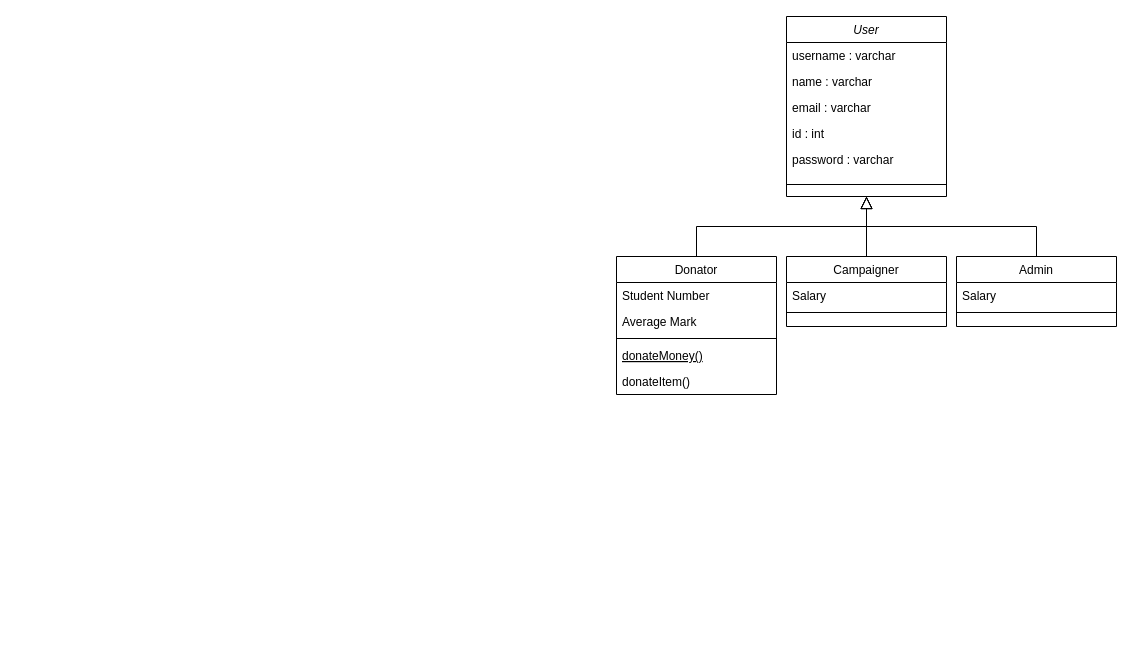
Above: Untitled Diagram.drawio in andrawicaksonoipb/Basis-Data (draw.io), before the change. Source tidied: cells renumbered, new cells numbered last; positions are measured from the earlier drawing's top-left corner, leaving out a move shared by most shapes. Both pictures are drawn from the tidied source at 100%, with x=0, y=0 at pixel (616, 16).
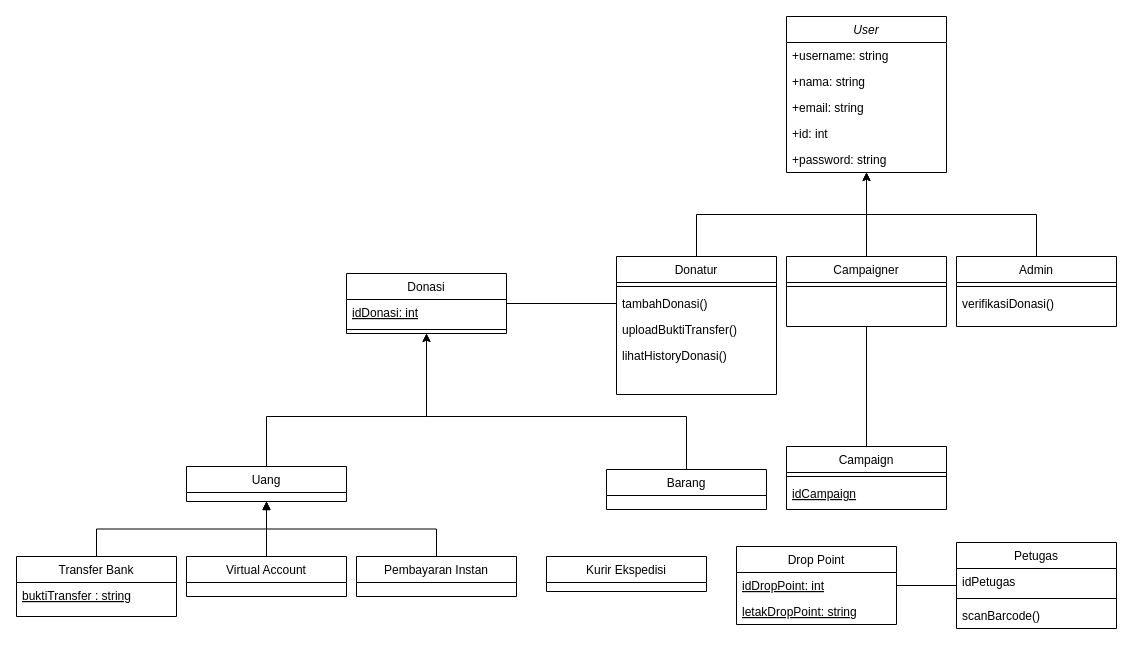
The same diagram, later.

The change refers to these unchanged cells:
```xml
<mxCell id="16" value="Campaigner" style="swimlane;fontStyle=0;align=center;verticalAlign=top;horizontal=1;startSize=26;rounded=0;shadow=0;strokeWidth=1;" parent="1" vertex="1">
  <mxGeometry x="170" y="240" width="160" height="70" as="geometry" />
</mxCell>
<mxCell id="20" value="Admin" style="swimlane;fontStyle=0;align=center;verticalAlign=top;horizontal=1;startSize=26;rounded=0;shadow=0;strokeWidth=1;" parent="1" vertex="1">
  <mxGeometry x="340" y="240" width="160" height="70" as="geometry" />
</mxCell>
```

Change to the diagram source:
```diff
@@
     <mxCell id="2" value="User" style="swimlane;fontStyle=2;align=center;verticalAlign=top;horizontal=1;startSize=26;rounded=0;shadow=0;strokeWidth=1;" parent="1" vertex="1">
-      <mxGeometry x="170" width="160" height="180" as="geometry" />
+      <mxGeometry x="170" width="160" height="156" as="geometry" />
     </mxCell>
-    <mxCell id="3" value="username : varchar" style="text;align=left;verticalAlign=top;spacingLeft=4;spacingRight=4;overflow=hidden;" parent="2" vertex="1">
+    <mxCell id="3" value="+username: string" style="text;align=left;verticalAlign=top;spacingLeft=4;spacingRight=4;overflow=hidden;" parent="2" vertex="1">
       <mxGeometry y="26" width="160" height="26" as="geometry" />
     </mxCell>
-    <mxCell id="4" value="name : varchar" style="text;align=left;verticalAlign=top;spacingLeft=4;spacingRight=4;overflow=hidden;rounded=0;shadow=0;html=0;" parent="2" vertex="1">
+    <mxCell id="4" value="+nama: string" style="text;align=left;verticalAlign=top;spacingLeft=4;spacingRight=4;overflow=hidden;rounded=0;shadow=0;html=0;" parent="2" vertex="1">
       <mxGeometry y="52" width="160" height="26" as="geometry" />
     </mxCell>
-    <mxCell id="5" value="email : varchar" style="text;align=left;verticalAlign=top;spacingLeft=4;spacingRight=4;overflow=hidden;rounded=0;shadow=0;html=0;" parent="2" vertex="1">
+    <mxCell id="5" value="+email: string" style="text;align=left;verticalAlign=top;spacingLeft=4;spacingRight=4;overflow=hidden;rounded=0;shadow=0;html=0;" parent="2" vertex="1">
       <mxGeometry y="78" width="160" height="26" as="geometry" />
     </mxCell>
-    <mxCell id="6" value="id : int" style="text;align=left;verticalAlign=top;spacingLeft=4;spacingRight=4;overflow=hidden;rounded=0;shadow=0;html=0;" parent="2" vertex="1">
+    <mxCell id="6" value="+id: int" style="text;align=left;verticalAlign=top;spacingLeft=4;spacingRight=4;overflow=hidden;rounded=0;shadow=0;html=0;" parent="2" vertex="1">
       <mxGeometry y="104" width="160" height="26" as="geometry" />
     </mxCell>
-    <mxCell id="7" value="password : varchar" style="text;align=left;verticalAlign=top;spacingLeft=4;spacingRight=4;overflow=hidden;rounded=0;shadow=0;html=0;" parent="2" vertex="1">
+    <mxCell id="7" value="+password: string" style="text;align=left;verticalAlign=top;spacingLeft=4;spacingRight=4;overflow=hidden;rounded=0;shadow=0;html=0;" parent="2" vertex="1">
       <mxGeometry y="130" width="160" height="26" as="geometry" />
     </mxCell>
-    <mxCell id="8" style="line;html=1;strokeWidth=1;align=left;verticalAlign=middle;spacingTop=-1;spacingLeft=3;spacingRight=3;labelPosition=right;" parent="2" vertex="1">
-      <mxGeometry y="156" width="160" height="24" as="geometry" />
-    </mxCell>
+    <mxCell id="15" style="edgeStyle=orthogonalEdgeStyle;rounded=0;jettySize=auto;html=1;exitX=0.5;exitY=0;exitDx=0;exitDy=0;" parent="1" edge="1" source="9" target="2">
+      <mxGeometry relative="1" as="geometry" />
+    </mxCell>
-    <mxCell id="9" value="Donator" style="swimlane;fontStyle=0;align=center;verticalAlign=top;horizontal=1;startSize=26;rounded=0;shadow=0;strokeWidth=1;" parent="1" vertex="1">
+    <mxCell id="9" value="Donatur" style="swimlane;fontStyle=0;align=center;verticalAlign=top;horizontal=1;startSize=26;rounded=0;shadow=0;strokeWidth=1;" parent="1" vertex="1">
       <mxGeometry y="240" width="160" height="138" as="geometry" />
     </mxCell>
-    <mxCell id="10" value="Student Number" style="text;align=left;verticalAlign=top;spacingLeft=4;spacingRight=4;overflow=hidden;" parent="9" vertex="1">
-      <mxGeometry y="26" width="160" height="26" as="geometry" />
-    </mxCell>
-    <mxCell id="11" value="Average Mark" style="text;align=left;verticalAlign=top;spacingLeft=4;spacingRight=4;overflow=hidden;rounded=0;shadow=0;html=0;" parent="9" vertex="1">
-      <mxGeometry y="52" width="160" height="26" as="geometry" />
-    </mxCell>
     <mxCell id="12" style="line;html=1;strokeWidth=1;align=left;verticalAlign=middle;spacingTop=-1;spacingLeft=3;spacingRight=3;labelPosition=right;" parent="9" vertex="1">
-      <mxGeometry y="78" width="160" height="8" as="geometry" />
+      <mxGeometry y="26" width="160" height="8" as="geometry" />
     </mxCell>
-    <mxCell id="13" value="donateMoney()" style="text;align=left;verticalAlign=top;spacingLeft=4;spacingRight=4;overflow=hidden;points=[[0,0.5],[1,0.5]];portConstraint=eastwest;fontStyle=4;" parent="9" vertex="1">
-      <mxGeometry y="86" width="160" height="26" as="geometry" />
+    <mxCell id="13" value="tambahDonasi()" style="text;align=left;verticalAlign=top;spacingLeft=4;spacingRight=4;overflow=hidden;points=[[0,0.5],[1,0.5]];portConstraint=eastwest;fontStyle=0;" parent="9" vertex="1">
+      <mxGeometry y="34" width="160" height="26" as="geometry" />
     </mxCell>
-    <mxCell id="14" value="donateItem()" style="text;align=left;verticalAlign=top;spacingLeft=4;spacingRight=4;overflow=hidden;" parent="9" vertex="1">
-      <mxGeometry y="112" width="160" height="26" as="geometry" />
-    </mxCell>
-    <mxCell id="15" style="endArrow=block;endSize=10;endFill=0;shadow=0;strokeWidth=1;rounded=0;edgeStyle=elbowEdgeStyle;elbow=vertical;" parent="1" edge="1" source="9" target="2">
-      <mxGeometry relative="1" as="geometry" />
-    </mxCell>
+    <mxCell id="24" value="uploadBuktiTransfer()" style="text;align=left;verticalAlign=top;spacingLeft=4;spacingRight=4;overflow=hidden;fontStyle=0;" parent="9" vertex="1">
+      <mxGeometry y="60" width="160" height="26" as="geometry" />
+    </mxCell>
+    <mxCell id="25" value="lihatHistoryDonasi()" style="text;align=left;verticalAlign=top;spacingLeft=4;spacingRight=4;overflow=hidden;fontStyle=0;" parent="9" vertex="1">
+      <mxGeometry y="86" width="160" height="26" as="geometry" />
+    </mxCell>
+    <mxCell id="19" style="edgeStyle=orthogonalEdgeStyle;rounded=0;jettySize=auto;html=1;exitX=0.5;exitY=0;exitDx=0;exitDy=0;" parent="1" edge="1" source="16" target="2">
+      <mxGeometry relative="1" as="geometry" />
+    </mxCell>
@@
-    <mxCell id="17" value="Salary" style="text;align=left;verticalAlign=top;spacingLeft=4;spacingRight=4;overflow=hidden;" parent="16" vertex="1">
-      <mxGeometry y="26" width="160" height="26" as="geometry" />
-    </mxCell>
     <mxCell id="18" style="line;html=1;strokeWidth=1;align=left;verticalAlign=middle;spacingTop=-1;spacingLeft=3;spacingRight=3;labelPosition=right;" parent="16" vertex="1">
-      <mxGeometry y="52" width="160" height="8" as="geometry" />
+      <mxGeometry y="26" width="160" height="8" as="geometry" />
     </mxCell>
-    <mxCell id="19" style="endArrow=block;endSize=10;endFill=0;shadow=0;strokeWidth=1;rounded=0;edgeStyle=elbowEdgeStyle;elbow=vertical;" parent="1" edge="1" source="16" target="2">
-      <mxGeometry relative="1" as="geometry" />
-    </mxCell>
+    <mxCell id="26" style="edgeStyle=orthogonalEdgeStyle;rounded=0;jettySize=auto;html=1;exitX=0.5;exitY=0;exitDx=0;exitDy=0;" parent="1" edge="1" source="20" target="2">
+      <mxGeometry relative="1" as="geometry" />
+    </mxCell>
@@
-    <mxCell id="21" value="Salary" style="text;align=left;verticalAlign=top;spacingLeft=4;spacingRight=4;overflow=hidden;" parent="20" vertex="1">
-      <mxGeometry y="26" width="160" height="26" as="geometry" />
-    </mxCell>
     <mxCell id="22" style="line;html=1;strokeWidth=1;align=left;verticalAlign=middle;spacingTop=-1;spacingLeft=3;spacingRight=3;labelPosition=right;" parent="20" vertex="1">
-      <mxGeometry y="52" width="160" height="8" as="geometry" />
+      <mxGeometry y="26" width="160" height="8" as="geometry" />
     </mxCell>
-    <mxCell id="23" style="endArrow=block;endSize=10;endFill=0;shadow=0;strokeWidth=1;rounded=0;edgeStyle=elbowEdgeStyle;elbow=vertical;exitX=0.5;exitY=0;exitDx=0;exitDy=0;" parent="1" edge="1" source="20">
-      <mxGeometry relative="1" as="geometry">
-        <mxPoint x="250" y="180" as="targetPoint" />
-      </mxGeometry>
-    </mxCell>
+    <mxCell id="27" value="verifikasiDonasi()" style="text;align=left;verticalAlign=top;spacingLeft=4;spacingRight=4;overflow=hidden;fontStyle=0;" parent="20" vertex="1">
+      <mxGeometry y="34" width="160" height="26" as="geometry" />
+    </mxCell>
+    <mxCell id="28" value="Donasi" style="swimlane;fontStyle=0;align=center;verticalAlign=top;horizontal=1;startSize=26;rounded=0;shadow=0;strokeWidth=1;" parent="1" vertex="1">
+      <mxGeometry x="-270" y="257" width="160" height="60" as="geometry" />
+    </mxCell>
+    <mxCell id="29" value="idDonasi: int" style="text;align=left;verticalAlign=top;spacingLeft=4;spacingRight=4;overflow=hidden;fontStyle=4;" parent="28" vertex="1">
+      <mxGeometry y="26" width="160" height="26" as="geometry" />
+    </mxCell>
+    <mxCell id="30" style="line;html=1;strokeWidth=1;align=left;verticalAlign=middle;spacingTop=-1;spacingLeft=3;spacingRight=3;labelPosition=right;" parent="28" vertex="1">
+      <mxGeometry y="52" width="160" height="8" as="geometry" />
+    </mxCell>
+    <mxCell id="31" style="edgeStyle=orthogonalEdgeStyle;rounded=0;jettySize=auto;html=1;exitX=0.5;exitY=0;exitDx=0;exitDy=0;entryX=0.5;entryY=1;entryDx=0;entryDy=0;" parent="1" edge="1" source="32" target="28">
+      <mxGeometry relative="1" as="geometry">
+        <Array as="points">
+          <mxPoint x="-350" y="400" />
+          <mxPoint x="-190" y="400" />
+        </Array>
+      </mxGeometry>
+    </mxCell>
+    <mxCell id="32" value="Uang" style="swimlane;fontStyle=0;align=center;verticalAlign=top;horizontal=1;startSize=26;rounded=0;shadow=0;strokeWidth=1;" parent="1" vertex="1">
+      <mxGeometry x="-430" y="450" width="160" height="35" as="geometry" />
+    </mxCell>
+    <mxCell id="33" style="edgeStyle=orthogonalEdgeStyle;rounded=0;jettySize=auto;html=1;exitX=0.5;exitY=0;exitDx=0;exitDy=0;" parent="1" edge="1" source="34" target="28">
+      <mxGeometry relative="1" as="geometry">
+        <Array as="points">
+          <mxPoint x="70" y="400" />
+          <mxPoint x="-190" y="400" />
+        </Array>
+      </mxGeometry>
+    </mxCell>
+    <mxCell id="34" value="Barang" style="swimlane;fontStyle=0;align=center;verticalAlign=top;horizontal=1;startSize=26;rounded=0;shadow=0;strokeWidth=1;" parent="1" vertex="1">
+      <mxGeometry x="-10" y="453" width="160" height="40" as="geometry" />
+    </mxCell>
+    <mxCell id="35" style="edgeStyle=orthogonalEdgeStyle;rounded=0;jettySize=auto;html=1;exitX=0.5;exitY=0;exitDx=0;exitDy=0;entryX=0.5;entryY=1;entryDx=0;entryDy=0;endArrow=block;endFill=1;" parent="1" edge="1" source="36" target="32">
+      <mxGeometry relative="1" as="geometry" />
+    </mxCell>
+    <mxCell id="36" value="Transfer Bank" style="swimlane;fontStyle=0;align=center;verticalAlign=top;horizontal=1;startSize=26;rounded=0;shadow=0;strokeWidth=1;" parent="1" vertex="1">
+      <mxGeometry x="-600" y="540" width="160" height="60" as="geometry" />
+    </mxCell>
+    <mxCell id="37" value="buktiTransfer : string" style="text;align=left;verticalAlign=top;spacingLeft=4;spacingRight=4;overflow=hidden;fontStyle=4;" parent="36" vertex="1">
+      <mxGeometry y="26" width="160" height="26" as="geometry" />
+    </mxCell>
+    <mxCell id="38" style="edgeStyle=orthogonalEdgeStyle;rounded=0;jettySize=auto;html=1;exitX=0.5;exitY=0;exitDx=0;exitDy=0;endArrow=block;endFill=1;entryX=0.5;entryY=1;entryDx=0;entryDy=0;" parent="1" edge="1" source="39" target="32">
+      <mxGeometry relative="1" as="geometry" />
+    </mxCell>
+    <mxCell id="39" value="Virtual Account" style="swimlane;fontStyle=0;align=center;verticalAlign=top;horizontal=1;startSize=26;rounded=0;shadow=0;strokeWidth=1;" parent="1" vertex="1">
+      <mxGeometry x="-430" y="540" width="160" height="40" as="geometry" />
+    </mxCell>
+    <mxCell id="40" style="edgeStyle=orthogonalEdgeStyle;rounded=0;jettySize=auto;html=1;exitX=0.5;exitY=0;exitDx=0;exitDy=0;entryX=0.5;entryY=1;entryDx=0;entryDy=0;endArrow=block;endFill=1;" parent="1" edge="1" source="41" target="32">
+      <mxGeometry relative="1" as="geometry" />
+    </mxCell>
+    <mxCell id="41" value="Pembayaran Instan" style="swimlane;fontStyle=0;align=center;verticalAlign=top;horizontal=1;startSize=26;rounded=0;shadow=0;strokeWidth=1;" parent="1" vertex="1">
+      <mxGeometry x="-260" y="540" width="160" height="40" as="geometry" />
+    </mxCell>
+    <mxCell id="42" value="Drop Point" style="swimlane;fontStyle=0;align=center;verticalAlign=top;horizontal=1;startSize=26;rounded=0;shadow=0;strokeWidth=1;" parent="1" vertex="1">
+      <mxGeometry x="120" y="530" width="160" height="78" as="geometry" />
+    </mxCell>
+    <mxCell id="43" value="idDropPoint: int" style="text;align=left;verticalAlign=top;spacingLeft=4;spacingRight=4;overflow=hidden;fontStyle=4;" parent="42" vertex="1">
+      <mxGeometry y="26" width="160" height="26" as="geometry" />
+    </mxCell>
+    <mxCell id="44" value="letakDropPoint: string" style="text;align=left;verticalAlign=top;spacingLeft=4;spacingRight=4;overflow=hidden;fontStyle=4;" parent="42" vertex="1">
+      <mxGeometry y="52" width="160" height="26" as="geometry" />
+    </mxCell>
+    <mxCell id="45" style="edgeStyle=orthogonalEdgeStyle;rounded=0;jettySize=auto;html=1;endArrow=none;endFill=0;" parent="1" edge="1" source="46" target="42">
+      <mxGeometry relative="1" as="geometry" />
+    </mxCell>
+    <mxCell id="46" value="Petugas" style="swimlane;fontStyle=0;align=center;verticalAlign=top;horizontal=1;startSize=26;rounded=0;shadow=0;strokeWidth=1;" parent="1" vertex="1">
+      <mxGeometry x="340" y="526" width="160" height="86" as="geometry" />
+    </mxCell>
+    <mxCell id="47" value="idPetugas" style="text;align=left;verticalAlign=top;spacingLeft=4;spacingRight=4;overflow=hidden;" parent="46" vertex="1">
+      <mxGeometry y="26" width="160" height="26" as="geometry" />
+    </mxCell>
+    <mxCell id="48" style="line;html=1;strokeWidth=1;align=left;verticalAlign=middle;spacingTop=-1;spacingLeft=3;spacingRight=3;labelPosition=right;" parent="46" vertex="1">
+      <mxGeometry y="52" width="160" height="8" as="geometry" />
+    </mxCell>
+    <mxCell id="49" value="scanBarcode()" style="text;align=left;verticalAlign=top;spacingLeft=4;spacingRight=4;overflow=hidden;" parent="46" vertex="1">
+      <mxGeometry y="60" width="160" height="26" as="geometry" />
+    </mxCell>
+    <mxCell id="50" value="Campaign" style="swimlane;fontStyle=0;align=center;verticalAlign=top;horizontal=1;startSize=26;rounded=0;shadow=0;strokeWidth=1;" parent="1" vertex="1">
+      <mxGeometry x="170" y="430" width="160" height="63" as="geometry" />
+    </mxCell>
+    <mxCell id="51" style="line;html=1;strokeWidth=1;align=left;verticalAlign=middle;spacingTop=-1;spacingLeft=3;spacingRight=3;labelPosition=right;" parent="50" vertex="1">
+      <mxGeometry y="26" width="160" height="8" as="geometry" />
+    </mxCell>
+    <mxCell id="52" value="idCampaign" style="text;align=left;verticalAlign=top;spacingLeft=4;spacingRight=4;overflow=hidden;fontStyle=4;" parent="50" vertex="1">
+      <mxGeometry y="34" width="160" height="26" as="geometry" />
+    </mxCell>
+    <mxCell id="53" style="edgeStyle=orthogonalEdgeStyle;rounded=0;jettySize=auto;html=1;exitX=0.5;exitY=0;exitDx=0;exitDy=0;entryX=0.5;entryY=1;entryDx=0;entryDy=0;endArrow=none;endFill=0;" parent="1" edge="1" source="50" target="16">
+      <mxGeometry relative="1" as="geometry" />
+    </mxCell>
+    <mxCell id="54" style="edgeStyle=orthogonalEdgeStyle;rounded=0;jettySize=auto;html=1;exitX=0;exitY=0.5;exitDx=0;exitDy=0;endArrow=none;endFill=0;" parent="1" edge="1" source="13" target="28">
+      <mxGeometry relative="1" as="geometry" />
+    </mxCell>
+    <mxCell id="55" value="Kurir Ekspedisi" style="swimlane;fontStyle=0;align=center;verticalAlign=top;horizontal=1;startSize=26;rounded=0;shadow=0;strokeWidth=1;" parent="1" vertex="1">
+      <mxGeometry x="-70" y="540" width="160" height="35" as="geometry" />
+    </mxCell>
```
